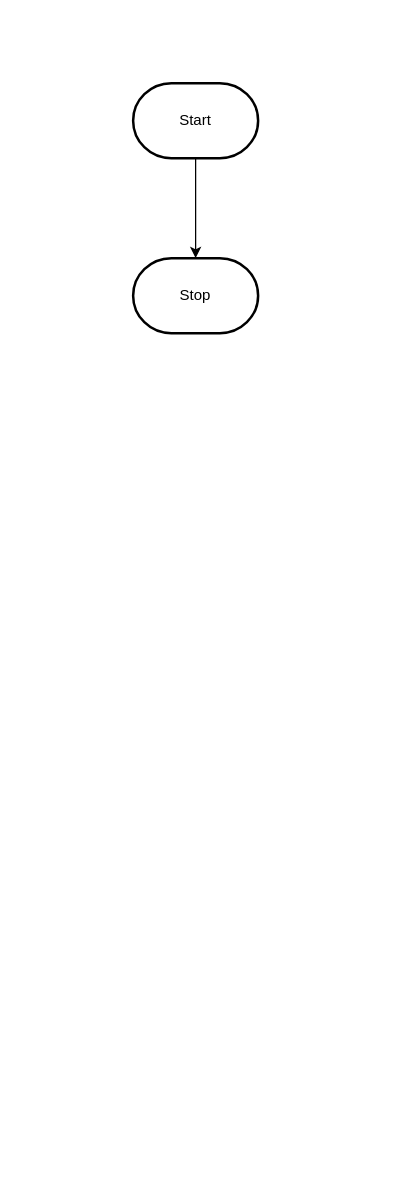
This is design/flowchart.drawio from MTHS-TEJ2O-1-2023/TEJ2O-Unit-5-06-kyle-lyver, a draw.io file, before an edit. Source tidied: cells renumbered, new cells numbered last; positions are measured from the earlier drawing's top-left corner, leaving out a move shared by most shapes. Both pictures are drawn from the tidied source at 125%, with x=0, y=0 at pixel (132, 82).
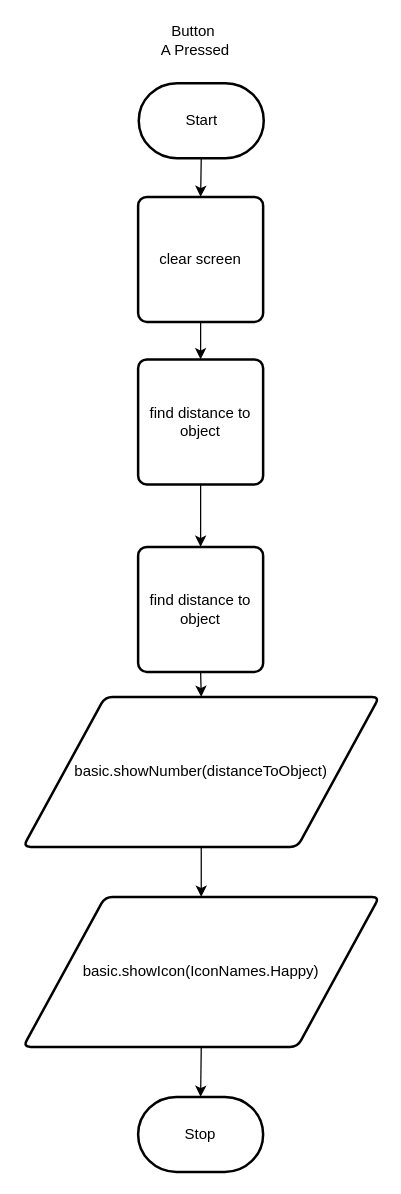
Above is the later version.

Change to the diagram source:
```diff
@@
 <mxGraphModel>
   <root>
     <mxCell id="0" />
     <mxCell id="1" parent="0" />
-    <mxCell id="2" style="edgeStyle=orthogonalEdgeStyle;html=1;rounded=0;" parent="1" edge="1" source="3" target="4">
-      <mxGeometry relative="1" as="geometry" />
-    </mxCell>
+    <mxCell id="5" style="edgeStyle=none;html=1;exitX=0.5;exitY=1;exitDx=0;exitDy=0;exitPerimeter=0;entryX=0.5;entryY=0;entryDx=0;entryDy=0;" parent="1" edge="1" source="3" target="7">
+      <mxGeometry relative="1" as="geometry" />
+    </mxCell>
     <mxCell id="3" value="Start" style="strokeWidth=2;html=1;shape=mxgraph.flowchart.terminator;whiteSpace=wrap;" parent="1" vertex="1">
-      <mxGeometry width="100" height="60" as="geometry" />
+      <mxGeometry x="4.5" width="100" height="60" as="geometry" />
     </mxCell>
     <mxCell id="4" value="Stop" style="strokeWidth=2;html=1;shape=mxgraph.flowchart.terminator;whiteSpace=wrap;" parent="1" vertex="1">
-      <mxGeometry y="140" width="100" height="60" as="geometry" />
+      <mxGeometry x="4" y="811" width="100" height="60" as="geometry" />
     </mxCell>
+    <mxCell id="2" value="Button&amp;nbsp;&lt;br&gt;A Pressed" style="text;strokeColor=none;align=center;fillColor=none;html=1;verticalAlign=middle;whiteSpace=wrap;rounded=0;" parent="1" vertex="1">
+      <mxGeometry x="20" y="-49" width="60" height="30" as="geometry" />
+    </mxCell>
+    <mxCell id="6" style="edgeStyle=none;html=1;exitX=0.5;exitY=1;exitDx=0;exitDy=0;entryX=0.5;entryY=0;entryDx=0;entryDy=0;" parent="1" edge="1" source="7" target="9">
+      <mxGeometry relative="1" as="geometry" />
+    </mxCell>
+    <mxCell id="7" value="clear screen" style="rounded=1;whiteSpace=wrap;html=1;absoluteArcSize=1;arcSize=14;strokeWidth=2;" parent="1" vertex="1">
+      <mxGeometry x="4" y="91" width="100" height="100" as="geometry" />
+    </mxCell>
+    <mxCell id="8" style="edgeStyle=none;html=1;exitX=0.5;exitY=1;exitDx=0;exitDy=0;entryX=0.5;entryY=0;entryDx=0;entryDy=0;" parent="1" edge="1" source="9" target="11">
+      <mxGeometry relative="1" as="geometry" />
+    </mxCell>
+    <mxCell id="9" value="find distance to object" style="rounded=1;whiteSpace=wrap;html=1;absoluteArcSize=1;arcSize=14;strokeWidth=2;" parent="1" vertex="1">
+      <mxGeometry x="4" y="221" width="100" height="100" as="geometry" />
+    </mxCell>
+    <mxCell id="10" style="edgeStyle=none;html=1;exitX=0.5;exitY=1;exitDx=0;exitDy=0;entryX=0.5;entryY=0;entryDx=0;entryDy=0;" parent="1" edge="1" source="11" target="13">
+      <mxGeometry relative="1" as="geometry" />
+    </mxCell>
+    <mxCell id="11" value="find distance to object" style="rounded=1;whiteSpace=wrap;html=1;absoluteArcSize=1;arcSize=14;strokeWidth=2;" parent="1" vertex="1">
+      <mxGeometry x="4" y="371" width="100" height="100" as="geometry" />
+    </mxCell>
+    <mxCell id="12" style="edgeStyle=none;html=1;exitX=0.5;exitY=1;exitDx=0;exitDy=0;entryX=0.5;entryY=0;entryDx=0;entryDy=0;" parent="1" edge="1" source="13" target="15">
+      <mxGeometry relative="1" as="geometry" />
+    </mxCell>
+    <mxCell id="13" value="basic.showNumber(distanceToObject)" style="shape=parallelogram;html=1;strokeWidth=2;perimeter=parallelogramPerimeter;whiteSpace=wrap;rounded=1;arcSize=12;size=0.23;" parent="1" vertex="1">
+      <mxGeometry x="-88" y="491" width="285" height="120" as="geometry" />
+    </mxCell>
+    <mxCell id="14" style="edgeStyle=none;html=1;exitX=0.5;exitY=1;exitDx=0;exitDy=0;entryX=0.5;entryY=0;entryDx=0;entryDy=0;entryPerimeter=0;" parent="1" edge="1" source="15" target="4">
+      <mxGeometry relative="1" as="geometry" />
+    </mxCell>
+    <mxCell id="15" value="basic.showIcon(IconNames.Happy)" style="shape=parallelogram;html=1;strokeWidth=2;perimeter=parallelogramPerimeter;whiteSpace=wrap;rounded=1;arcSize=12;size=0.23;" parent="1" vertex="1">
+      <mxGeometry x="-88" y="651" width="285" height="120" as="geometry" />
+    </mxCell>
   </root>
 </mxGraphModel>
```
